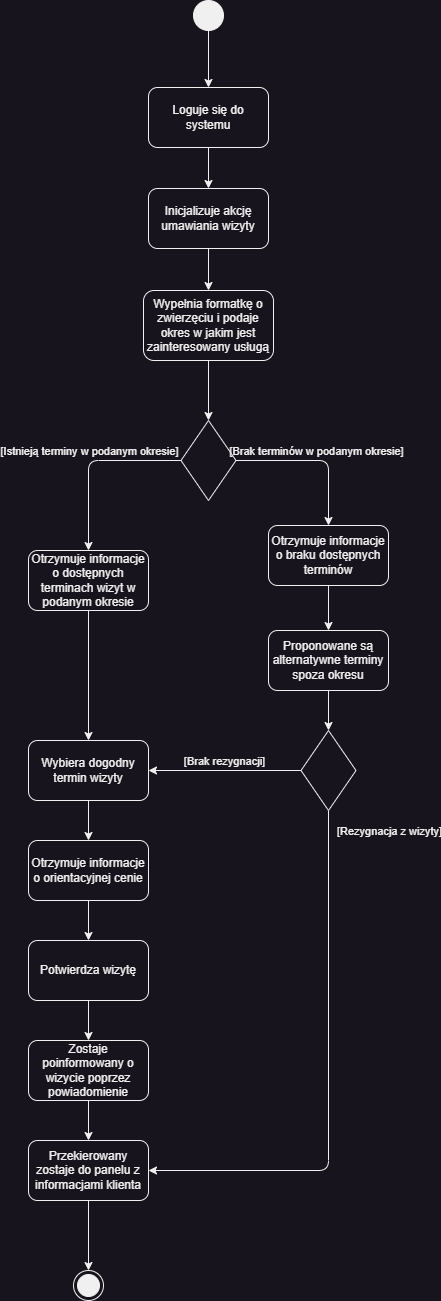
This is Imgaes/act_UC1_Umow_wizyte.png from MarekMichali/vet-clinic, a draw.io export, as it was before one commit. Source tidied: cells renumbered, new cells last; positions are measured from the earlier drawing's top-left corner, leaving out a move shared by most shapes.
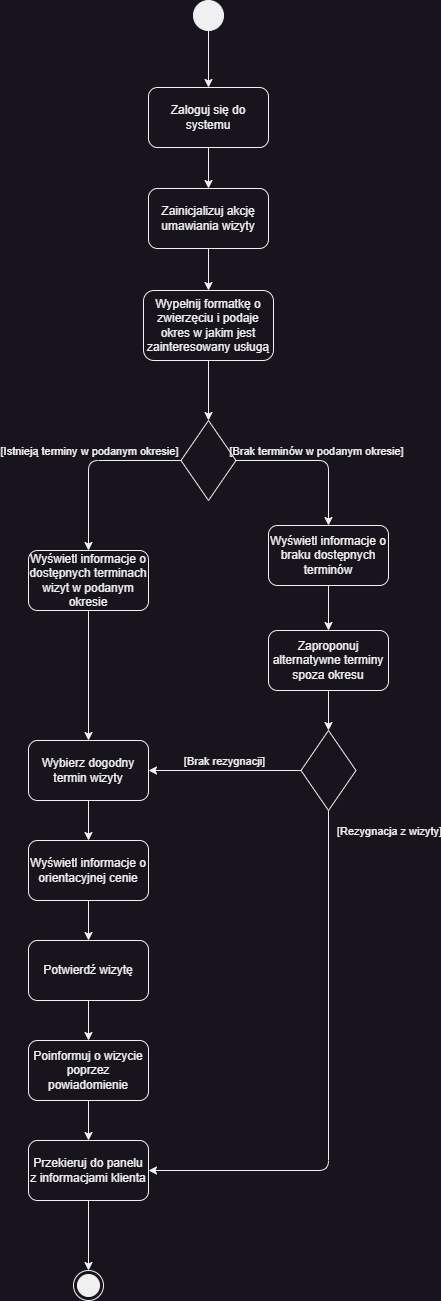
After the change.

What changed in the source:
```diff
@@ -11,25 +11,25 @@
     <mxCell id="4" style="edgeStyle=none;html=1;exitX=0.5;exitY=1;exitDx=0;exitDy=0;entryX=0.5;entryY=0;entryDx=0;entryDy=0;fillColor=#18141D;strokeColor=#F0F0F0;fontColor=#F0F0F0;" parent="1" edge="1" source="5" target="7">
       <mxGeometry relative="1" as="geometry" />
     </mxCell>
-    <mxCell id="5" value="Loguje się do systemu" style="rounded=1;whiteSpace=wrap;html=1;fillColor=#18141D;strokeColor=#F0F0F0;fontColor=#F0F0F0;" parent="1" vertex="1">
+    <mxCell id="5" value="Zaloguj się do systemu" style="rounded=1;whiteSpace=wrap;html=1;fillColor=#18141D;strokeColor=#F0F0F0;fontColor=#F0F0F0;" parent="1" vertex="1">
       <mxGeometry x="120" y="87" width="120" height="60" as="geometry" />
     </mxCell>
     <mxCell id="6" style="edgeStyle=none;html=1;exitX=0.5;exitY=1;exitDx=0;exitDy=0;fillColor=#18141D;strokeColor=#F0F0F0;fontColor=#F0F0F0;" parent="1" edge="1" source="7" target="9">
       <mxGeometry relative="1" as="geometry" />
     </mxCell>
-    <mxCell id="7" value="Inicjalizuje akcję umawiania wizyty" style="rounded=1;whiteSpace=wrap;html=1;fillColor=#18141D;strokeColor=#F0F0F0;fontColor=#F0F0F0;" parent="1" vertex="1">
+    <mxCell id="7" value="Zainicjalizuj akcję umawiania wizyty" style="rounded=1;whiteSpace=wrap;html=1;fillColor=#18141D;strokeColor=#F0F0F0;fontColor=#F0F0F0;" parent="1" vertex="1">
       <mxGeometry x="120" y="188" width="120" height="60" as="geometry" />
     </mxCell>
     <mxCell id="8" style="edgeStyle=none;html=1;exitX=0.5;exitY=1;exitDx=0;exitDy=0;entryX=0.5;entryY=0;entryDx=0;entryDy=0;fillColor=#18141D;strokeColor=#F0F0F0;fontColor=#F0F0F0;" parent="1" edge="1" source="9" target="14">
       <mxGeometry relative="1" as="geometry" />
     </mxCell>
-    <mxCell id="9" value="Wypełnia formatkę o zwierzęciu i podaje okres w jakim jest zainteresowany usługą" style="rounded=1;whiteSpace=wrap;html=1;fillColor=#18141D;strokeColor=#F0F0F0;fontColor=#F0F0F0;" parent="1" vertex="1">
+    <mxCell id="9" value="Wypełnij formatkę o zwierzęciu i podaje okres w jakim jest zainteresowany usługą" style="rounded=1;whiteSpace=wrap;html=1;fillColor=#18141D;strokeColor=#F0F0F0;fontColor=#F0F0F0;" parent="1" vertex="1">
       <mxGeometry x="115" y="290" width="130" height="70" as="geometry" />
     </mxCell>
     <mxCell id="10" style="edgeStyle=none;html=1;exitX=0.5;exitY=1;exitDx=0;exitDy=0;fillColor=#18141D;strokeColor=#F0F0F0;fontColor=#F0F0F0;" parent="1" edge="1" source="11" target="27">
       <mxGeometry relative="1" as="geometry" />
     </mxCell>
-    <mxCell id="11" value="Otrzymuje informacje o dostępnych terminach wizyt w podanym okresie" style="rounded=1;whiteSpace=wrap;html=1;fillColor=#18141D;strokeColor=#F0F0F0;fontColor=#F0F0F0;" parent="1" vertex="1">
+    <mxCell id="11" value="Wyświetl informacje o dostępnych terminach wizyt w podanym okresie" style="rounded=1;whiteSpace=wrap;html=1;fillColor=#18141D;strokeColor=#F0F0F0;fontColor=#F0F0F0;" parent="1" vertex="1">
       <mxGeometry y="550" width="120" height="60" as="geometry" />
     </mxCell>
     <mxCell id="12" style="edgeStyle=none;html=1;exitX=0;exitY=0.5;exitDx=0;exitDy=0;entryX=0.5;entryY=0;entryDx=0;entryDy=0;fillColor=#18141D;strokeColor=#F0F0F0;fontColor=#F0F0F0;" parent="1" edge="1" source="14" target="11">
@@ -63,13 +63,13 @@
     <mxCell id="17" style="edgeStyle=none;html=1;exitX=0.5;exitY=1;exitDx=0;exitDy=0;entryX=0.5;entryY=0;entryDx=0;entryDy=0;fillColor=#18141D;strokeColor=#F0F0F0;fontColor=#F0F0F0;" parent="1" edge="1" source="18" target="20">
       <mxGeometry relative="1" as="geometry" />
     </mxCell>
-    <mxCell id="18" value="Otrzymuje informacje o braku dostępnych terminów" style="rounded=1;whiteSpace=wrap;html=1;fillColor=#18141D;strokeColor=#F0F0F0;fontColor=#F0F0F0;" parent="1" vertex="1">
+    <mxCell id="18" value="Wyświetl informacje o braku dostępnych terminów" style="rounded=1;whiteSpace=wrap;html=1;fillColor=#18141D;strokeColor=#F0F0F0;fontColor=#F0F0F0;" parent="1" vertex="1">
       <mxGeometry x="240" y="525" width="120" height="60" as="geometry" />
     </mxCell>
     <mxCell id="19" style="edgeStyle=none;html=1;exitX=0.5;exitY=1;exitDx=0;exitDy=0;entryX=0.5;entryY=0;entryDx=0;entryDy=0;fillColor=#18141D;strokeColor=#F0F0F0;fontColor=#F0F0F0;" parent="1" edge="1" source="20" target="25">
       <mxGeometry relative="1" as="geometry" />
     </mxCell>
-    <mxCell id="20" value="Proponowane są alternatywne terminy spoza okresu" style="rounded=1;whiteSpace=wrap;html=1;fillColor=#18141D;strokeColor=#F0F0F0;fontColor=#F0F0F0;" parent="1" vertex="1">
+    <mxCell id="20" value="Zaproponuj alternatywne terminy spoza okresu" style="rounded=1;whiteSpace=wrap;html=1;fillColor=#18141D;strokeColor=#F0F0F0;fontColor=#F0F0F0;" parent="1" vertex="1">
       <mxGeometry x="240" y="630" width="120" height="60" as="geometry" />
     </mxCell>
     <mxCell id="21" style="edgeStyle=none;html=1;exitX=0;exitY=0.5;exitDx=0;exitDy=0;entryX=1;entryY=0.5;entryDx=0;entryDy=0;fillColor=#18141D;strokeColor=#F0F0F0;fontColor=#F0F0F0;" parent="1" edge="1" source="25" target="27">
@@ -98,31 +98,31 @@
     <mxCell id="26" style="edgeStyle=none;html=1;exitX=0.5;exitY=1;exitDx=0;exitDy=0;entryX=0.5;entryY=0;entryDx=0;entryDy=0;fillColor=#18141D;strokeColor=#F0F0F0;fontColor=#F0F0F0;" parent="1" edge="1" source="27" target="29">
       <mxGeometry relative="1" as="geometry" />
     </mxCell>
-    <mxCell id="27" value="Wybiera dogodny termin wizyty" style="rounded=1;whiteSpace=wrap;html=1;fillColor=#18141D;strokeColor=#F0F0F0;fontColor=#F0F0F0;" parent="1" vertex="1">
+    <mxCell id="27" value="Wybierz dogodny termin wizyty" style="rounded=1;whiteSpace=wrap;html=1;fillColor=#18141D;strokeColor=#F0F0F0;fontColor=#F0F0F0;" parent="1" vertex="1">
       <mxGeometry y="740" width="120" height="60" as="geometry" />
     </mxCell>
     <mxCell id="28" style="edgeStyle=none;html=1;exitX=0.5;exitY=1;exitDx=0;exitDy=0;entryX=0.5;entryY=0;entryDx=0;entryDy=0;fillColor=#18141D;strokeColor=#F0F0F0;fontColor=#F0F0F0;" parent="1" edge="1" source="29" target="31">
       <mxGeometry relative="1" as="geometry" />
     </mxCell>
-    <mxCell id="29" value="Otrzymuje informacje o orientacyjnej cenie" style="rounded=1;whiteSpace=wrap;html=1;fillColor=#18141D;strokeColor=#F0F0F0;fontColor=#F0F0F0;" parent="1" vertex="1">
+    <mxCell id="29" value="Wyświetl informacje o orientacyjnej cenie" style="rounded=1;whiteSpace=wrap;html=1;fillColor=#18141D;strokeColor=#F0F0F0;fontColor=#F0F0F0;" parent="1" vertex="1">
       <mxGeometry y="840" width="120" height="60" as="geometry" />
     </mxCell>
     <mxCell id="30" style="edgeStyle=none;html=1;exitX=0.5;exitY=1;exitDx=0;exitDy=0;fillColor=#18141D;strokeColor=#F0F0F0;fontColor=#F0F0F0;" parent="1" edge="1" source="31" target="33">
       <mxGeometry relative="1" as="geometry" />
     </mxCell>
-    <mxCell id="31" value="Potwierdza wizytę" style="rounded=1;whiteSpace=wrap;html=1;fillColor=#18141D;strokeColor=#F0F0F0;fontColor=#F0F0F0;" parent="1" vertex="1">
+    <mxCell id="31" value="Potwierdź wizytę" style="rounded=1;whiteSpace=wrap;html=1;fillColor=#18141D;strokeColor=#F0F0F0;fontColor=#F0F0F0;" parent="1" vertex="1">
       <mxGeometry y="940" width="120" height="60" as="geometry" />
     </mxCell>
     <mxCell id="32" style="edgeStyle=none;html=1;exitX=0.5;exitY=1;exitDx=0;exitDy=0;entryX=0.5;entryY=0;entryDx=0;entryDy=0;fillColor=#18141D;strokeColor=#F0F0F0;fontColor=#F0F0F0;" parent="1" edge="1" source="33" target="35">
       <mxGeometry relative="1" as="geometry" />
     </mxCell>
-    <mxCell id="33" value="Zostaje poinformowany o wizycie poprzez powiadomienie" style="rounded=1;whiteSpace=wrap;html=1;fillColor=#18141D;strokeColor=#F0F0F0;fontColor=#F0F0F0;" parent="1" vertex="1">
+    <mxCell id="33" value="Poinformuj o wizycie poprzez powiadomienie" style="rounded=1;whiteSpace=wrap;html=1;fillColor=#18141D;strokeColor=#F0F0F0;fontColor=#F0F0F0;" parent="1" vertex="1">
       <mxGeometry y="1040" width="120" height="60" as="geometry" />
     </mxCell>
     <mxCell id="34" style="edgeStyle=none;html=1;exitX=0.5;exitY=1;exitDx=0;exitDy=0;entryX=0.5;entryY=0;entryDx=0;entryDy=0;fillColor=#18141D;strokeColor=#F0F0F0;fontColor=#F0F0F0;" parent="1" edge="1" source="35" target="36">
       <mxGeometry relative="1" as="geometry" />
     </mxCell>
-    <mxCell id="35" value="Przekierowany zostaje do panelu z informacjami klienta" style="rounded=1;whiteSpace=wrap;html=1;fillColor=#18141D;strokeColor=#F0F0F0;fontColor=#F0F0F0;" parent="1" vertex="1">
+    <mxCell id="35" value="Przekieruj do panelu z informacjami klienta" style="rounded=1;whiteSpace=wrap;html=1;fillColor=#18141D;strokeColor=#F0F0F0;fontColor=#F0F0F0;" parent="1" vertex="1">
       <mxGeometry y="1140" width="120" height="60" as="geometry" />
     </mxCell>
     <mxCell id="36" style="ellipse;html=1;shape=endState;fillColor=#F0F0F0;strokeColor=#F0F0F0;fontColor=#F0F0F0;" parent="1" vertex="1">
```
